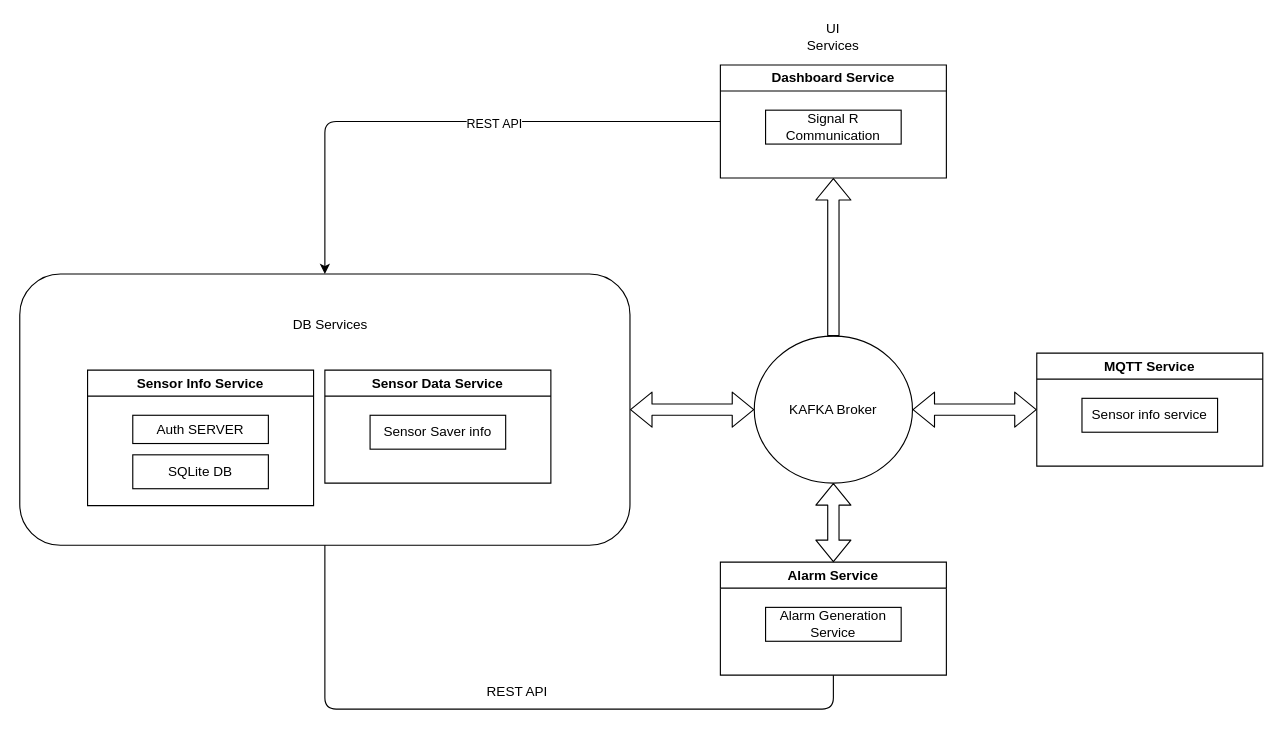
Above: VanadiumMicroservices/architecture.drawio in ViniciusMonaretto/VanadiumAPI (draw.io), before the change. Source tidied: cells renumbered, new cells numbered last; positions are measured from the earlier drawing's top-left corner, leaving out a move shared by most shapes. Both pictures are drawn from the tidied source at 113%, with x=0, y=0 at pixel (19, 19).
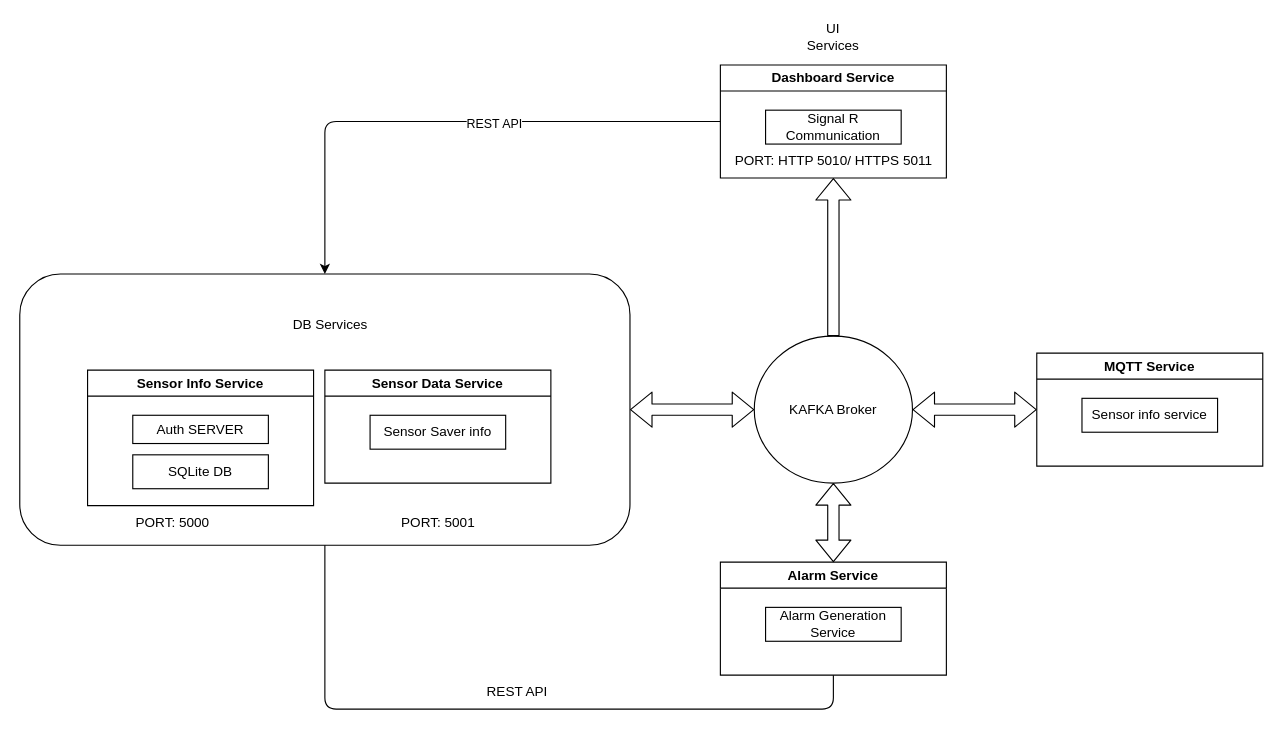
Above is the later version.

The change refers to these unchanged cells:
```xml
<mxCell id="2" style="rounded=1;whiteSpace=wrap;html=1;" parent="1" vertex="1">
  <mxGeometry y="225" width="540" height="240" as="geometry" />
</mxCell>
<mxCell id="3" value="Dashboard Service" style="swimlane;whiteSpace=wrap;html=1;" parent="1" vertex="1">
  <mxGeometry x="620" y="40" width="200" height="100" as="geometry" />
</mxCell>
<mxCell id="10" value="Alarm Service" style="swimlane;whiteSpace=wrap;html=1;" parent="1" vertex="1">
  <mxGeometry x="620" y="480" width="200" height="100" as="geometry" />
</mxCell>
```

The edit, as a diff of the source:
```diff
@@
+    <mxCell id="25" value="PORT: HTTP 5010/ HTTPS 5011" style="text;html=1;align=center;verticalAlign=middle;strokeColor=none;fillColor=none;" parent="3" vertex="1">
+      <mxGeometry y="70" width="200" height="30" as="geometry" />
+    </mxCell>
@@
-    <mxCell id="22" style="endArrow=none;html=1;edgeStyle=orthogonalEdgeStyle;entryX=0.5;entryY=1;entryDx=0;entryDy=0;exitX=0.5;exitY=1;exitDx=0;exitDy=0;" parent="1" edge="1" source="10" target="2">
+    <mxCell id="22" style="endArrow=none;html=1;edgeStyle=orthogonalEdgeStyle;exitX=0.5;exitY=1;exitDx=0;exitDy=0;targetPerimeterSpacing=0;entryX=0.5;entryY=1;entryDx=0;entryDy=0;" parent="1" edge="1" source="10" target="2">
       <mxGeometry relative="1" as="geometry">
         <Array as="points">
           <mxPoint x="720" y="610" />
           <mxPoint x="270" y="610" />
         </Array>
       </mxGeometry>
     </mxCell>
@@
+    <mxCell id="26" value="PORT: 5000" style="text;html=1;align=center;verticalAlign=middle;strokeColor=none;fillColor=none;" parent="1" vertex="1">
+      <mxGeometry x="90" y="430" width="90" height="30" as="geometry" />
+    </mxCell>
+    <mxCell id="27" value="PORT: 5001" style="text;html=1;align=center;verticalAlign=middle;strokeColor=none;fillColor=none;" parent="1" vertex="1">
+      <mxGeometry x="325" y="430" width="90" height="30" as="geometry" />
+    </mxCell>
```
